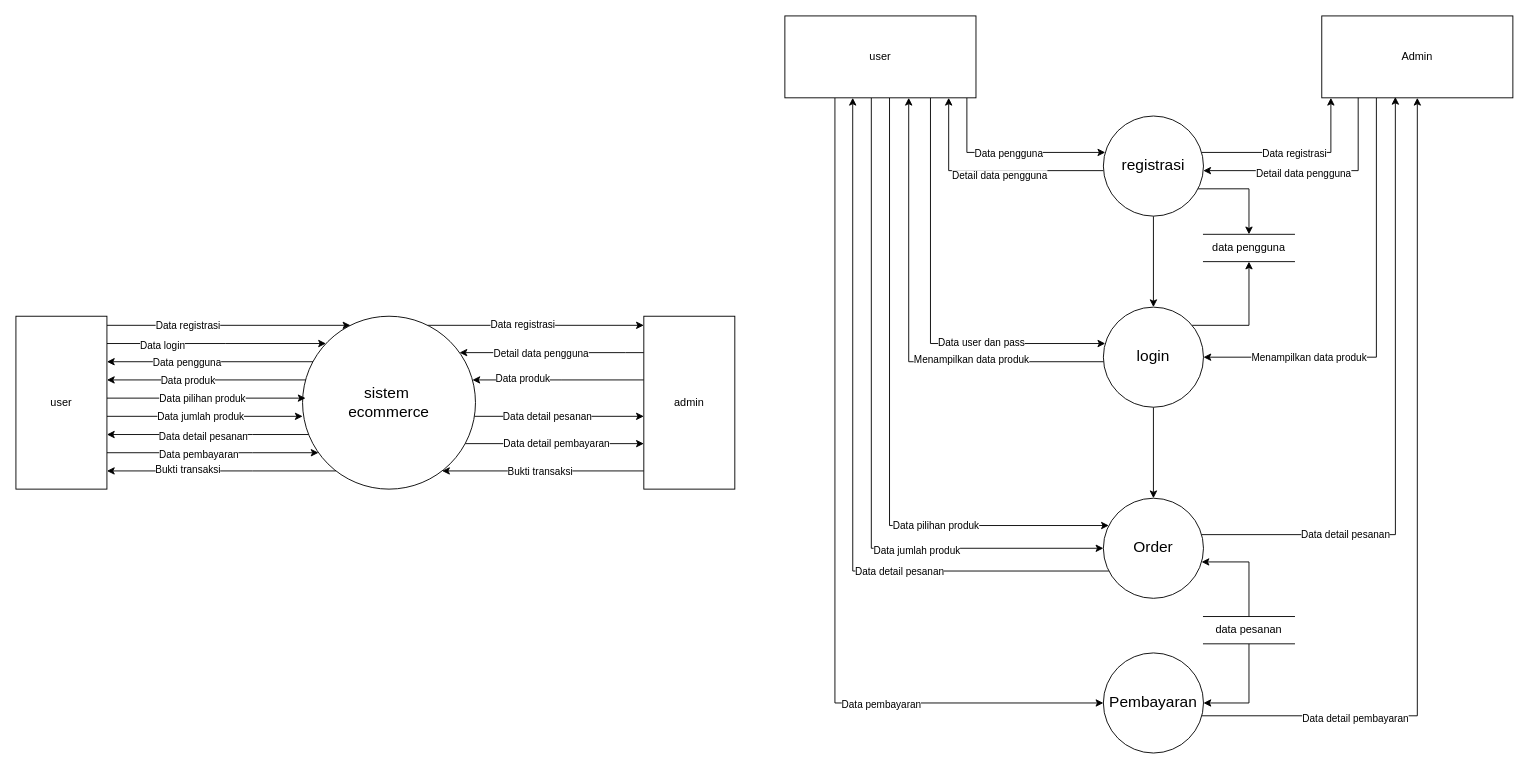
The draw.io diagram DFD-Level-0-1-Ecommerce-Elektronik.drawio in zerocode0806/Flowchart-E-Comerce-Elektronik, before the edit. Source tidied: cells renumbered, new cells numbered last; positions are measured from the earlier drawing's top-left corner, leaving out a move shared by most shapes. Both pictures are drawn from the tidied source at 91%, with x=0, y=0 at pixel (15, 15).
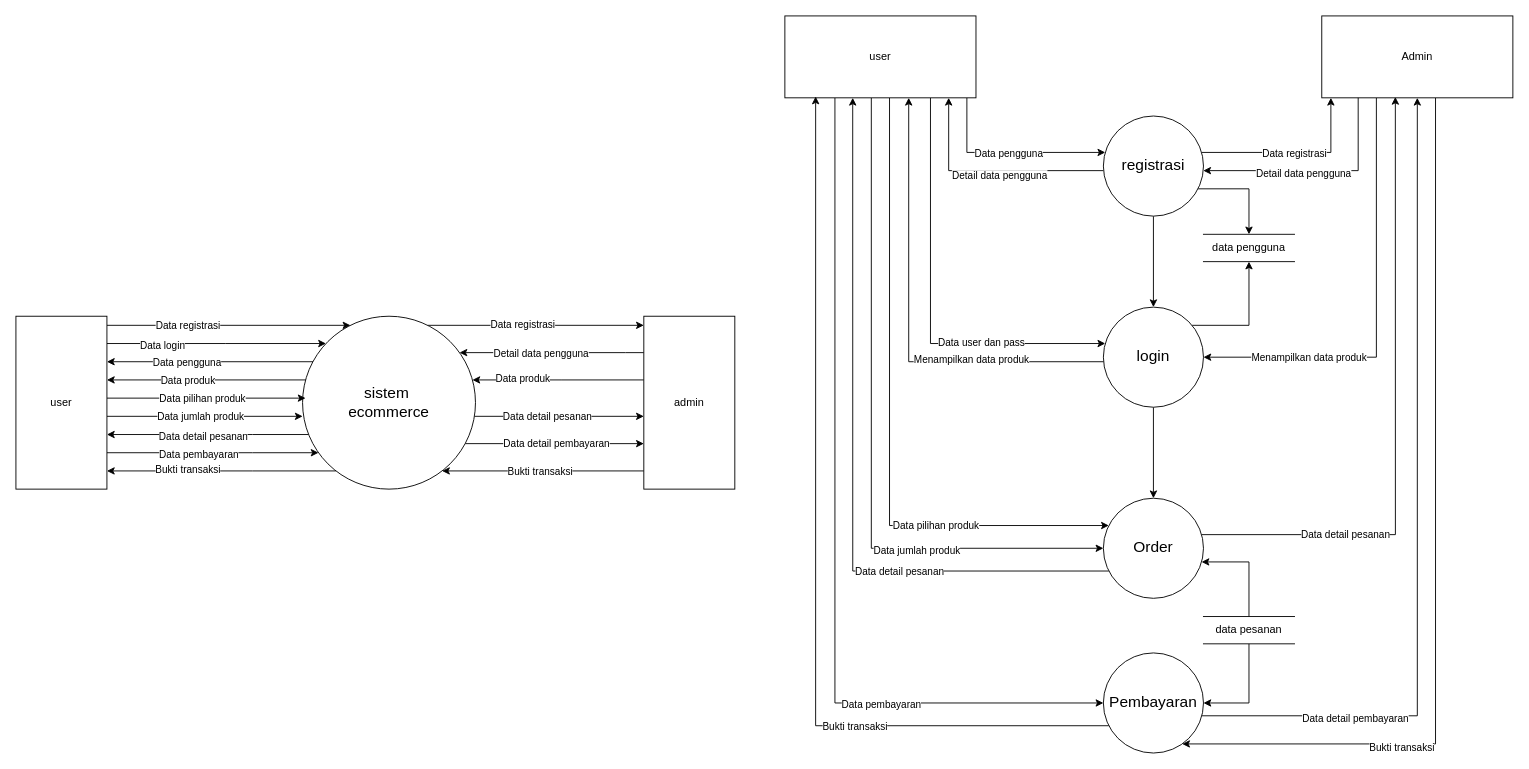
After the change.

The change refers to these unchanged cells:
```xml
<mxCell id="45" value="user" style="html=1;dashed=0;whiteSpace=wrap;" parent="1" vertex="1">
  <mxGeometry x="845" width="210" height="90" as="geometry" />
</mxCell>
<mxCell id="48" value="Admin" style="html=1;dashed=0;whiteSpace=wrap;" parent="1" vertex="1">
  <mxGeometry x="1435" width="210" height="90" as="geometry" />
</mxCell>
<mxCell id="71" value="&lt;span style=&quot;font-size: 17px;&quot;&gt;Pembayaran&lt;/span&gt;" style="shape=ellipse;html=1;dashed=0;whiteSpace=wrap;perimeter=ellipsePerimeter;" parent="1" vertex="1">
  <mxGeometry x="1195" y="700" width="110" height="110" as="geometry" />
</mxCell>
```

What changed in the source:
```diff
@@
+    <mxCell id="75" style="edgeStyle=orthogonalEdgeStyle;rounded=0;jettySize=auto;html=1;" parent="1" edge="1" source="48" target="71">
+      <mxGeometry relative="1" as="geometry">
+        <Array as="points">
+          <mxPoint x="1560" y="800" />
+        </Array>
+      </mxGeometry>
+    </mxCell>
+    <mxCell id="76" value="Bukti transaksi" style="edgeLabel;html=1;align=center;verticalAlign=middle;" parent="75" vertex="1">
+      <mxGeometry x="0.71" y="3" relative="1" as="geometry">
+        <mxPoint x="97" as="offset" />
+      </mxGeometry>
+    </mxCell>
@@
+    <mxCell id="77" style="edgeStyle=orthogonalEdgeStyle;rounded=0;jettySize=auto;html=1;entryX=0.161;entryY=0.984;entryDx=0;entryDy=0;entryPerimeter=0;" parent="1" edge="1" source="71" target="45">
+      <mxGeometry relative="1" as="geometry">
+        <Array as="points">
+          <mxPoint x="879" y="780" />
+        </Array>
+      </mxGeometry>
+    </mxCell>
+    <mxCell id="78" value="Bukti transaksi" style="edgeLabel;html=1;align=center;verticalAlign=middle;" parent="77" vertex="1">
+      <mxGeometry x="-0.68" relative="1" as="geometry">
+        <mxPoint x="-118" as="offset" />
+      </mxGeometry>
+    </mxCell>
```
